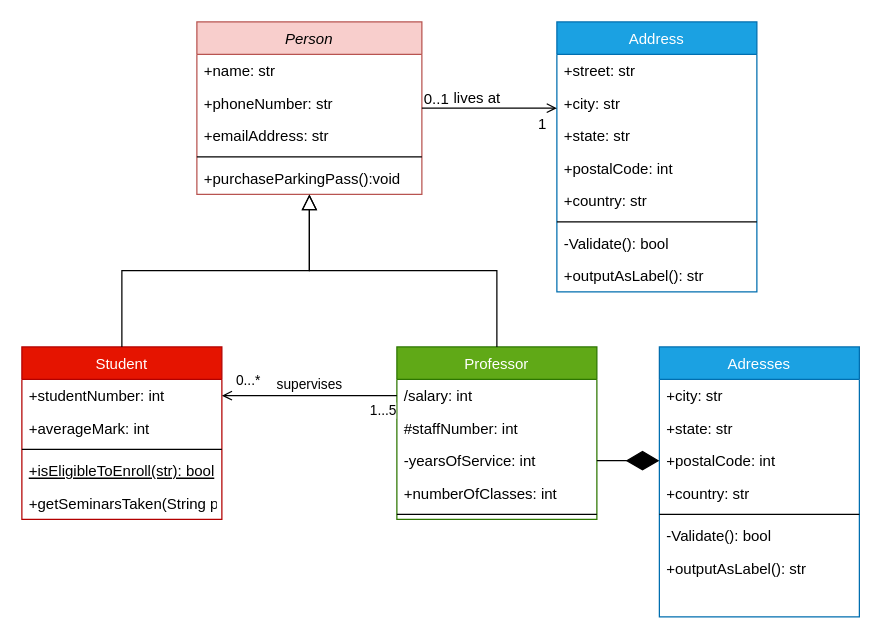
Before: 0ld/data/class-diagram-example.drawio in PiedPiperJr/uml2code, a draw.io diagram. Source tidied: cells renumbered, new cells numbered last; positions are measured from the earlier drawing's top-left corner, leaving out a move shared by most shapes. Both pictures are drawn from the tidied source at 125%, with x=0, y=0 at pixel (21, 21).
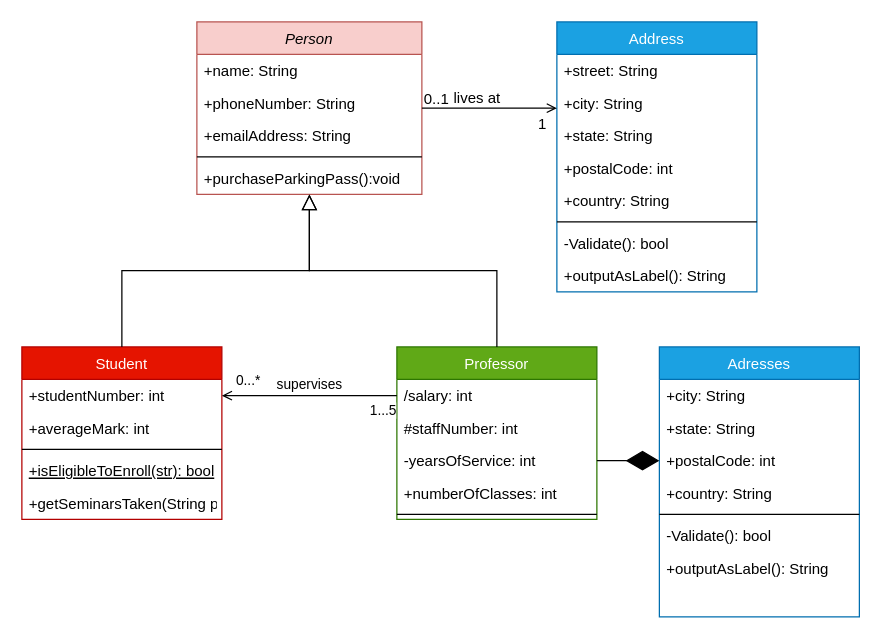
The same diagram, later.

Unchanged cells that the change refers to:
```xml
<mxCell id="2" value="Person" style="swimlane;fontStyle=2;align=center;verticalAlign=top;horizontal=1;startSize=26;rounded=0;shadow=0;strokeWidth=1;fillColor=#f8cecc;strokeColor=#b85450;" parent="1" vertex="1">
  <mxGeometry x="140" width="180" height="138" as="geometry" />
</mxCell>
<mxCell id="22" value="Address" style="swimlane;fontStyle=0;align=center;verticalAlign=top;horizontal=1;startSize=26;rounded=0;shadow=0;strokeWidth=1;fillColor=#1ba1e2;strokeColor=#006EAF;fontColor=#ffffff;" parent="1" vertex="1">
  <mxGeometry x="428" width="160" height="216" as="geometry" />
</mxCell>
<mxCell id="38" value="Adresses" style="swimlane;fontStyle=0;align=center;verticalAlign=top;horizontal=1;startSize=26;rounded=0;shadow=0;strokeWidth=1;fillColor=#1ba1e2;strokeColor=#006EAF;fontColor=#ffffff;" parent="1" vertex="1">
  <mxGeometry x="510" y="260" width="160" height="216" as="geometry" />
</mxCell>
```

Diff of the diagram source:
```diff
@@
-    <mxCell id="3" value="+name: str" style="text;align=left;verticalAlign=top;spacingLeft=4;spacingRight=4;overflow=hidden;" parent="2" vertex="1">
+    <mxCell id="3" value="+name: String" style="text;align=left;verticalAlign=top;spacingLeft=4;spacingRight=4;overflow=hidden;" parent="2" vertex="1">
       <mxGeometry y="26" width="180" height="26" as="geometry" />
     </mxCell>
-    <mxCell id="4" value="+phoneNumber: str" style="text;align=left;verticalAlign=top;spacingLeft=4;spacingRight=4;overflow=hidden;rounded=0;shadow=0;html=0;" parent="2" vertex="1">
+    <mxCell id="4" value="+phoneNumber: String" style="text;align=left;verticalAlign=top;spacingLeft=4;spacingRight=4;overflow=hidden;rounded=0;shadow=0;html=0;" parent="2" vertex="1">
       <mxGeometry y="52" width="180" height="26" as="geometry" />
     </mxCell>
-    <mxCell id="5" value="+emailAddress: str" style="text;align=left;verticalAlign=top;spacingLeft=4;spacingRight=4;overflow=hidden;rounded=0;shadow=0;html=0;" parent="2" vertex="1">
+    <mxCell id="5" value="+emailAddress: String" style="text;align=left;verticalAlign=top;spacingLeft=4;spacingRight=4;overflow=hidden;rounded=0;shadow=0;html=0;" parent="2" vertex="1">
       <mxGeometry y="78" width="180" height="26" as="geometry" />
     </mxCell>
@@
-    <mxCell id="23" value="+street: str" style="text;align=left;verticalAlign=top;spacingLeft=4;spacingRight=4;overflow=hidden;" parent="22" vertex="1">
+    <mxCell id="23" value="+street: String" style="text;align=left;verticalAlign=top;spacingLeft=4;spacingRight=4;overflow=hidden;" parent="22" vertex="1">
       <mxGeometry y="26" width="160" height="26" as="geometry" />
     </mxCell>
-    <mxCell id="24" value="+city: str" style="text;align=left;verticalAlign=top;spacingLeft=4;spacingRight=4;overflow=hidden;rounded=0;shadow=0;html=0;" parent="22" vertex="1">
+    <mxCell id="24" value="+city: String" style="text;align=left;verticalAlign=top;spacingLeft=4;spacingRight=4;overflow=hidden;rounded=0;shadow=0;html=0;" parent="22" vertex="1">
       <mxGeometry y="52" width="160" height="26" as="geometry" />
     </mxCell>
-    <mxCell id="25" value="+state: str" style="text;align=left;verticalAlign=top;spacingLeft=4;spacingRight=4;overflow=hidden;rounded=0;shadow=0;html=0;" parent="22" vertex="1">
+    <mxCell id="25" value="+state: String" style="text;align=left;verticalAlign=top;spacingLeft=4;spacingRight=4;overflow=hidden;rounded=0;shadow=0;html=0;" parent="22" vertex="1">
       <mxGeometry y="78" width="160" height="26" as="geometry" />
     </mxCell>
@@
-    <mxCell id="27" value="+country: str" style="text;align=left;verticalAlign=top;spacingLeft=4;spacingRight=4;overflow=hidden;rounded=0;shadow=0;html=0;" parent="22" vertex="1">
+    <mxCell id="27" value="+country: String" style="text;align=left;verticalAlign=top;spacingLeft=4;spacingRight=4;overflow=hidden;rounded=0;shadow=0;html=0;" parent="22" vertex="1">
       <mxGeometry y="130" width="160" height="26" as="geometry" />
     </mxCell>
@@
-    <mxCell id="30" value="+outputAsLabel(): str" style="text;align=left;verticalAlign=top;spacingLeft=4;spacingRight=4;overflow=hidden;" parent="22" vertex="1">
+    <mxCell id="30" value="+outputAsLabel(): String" style="text;align=left;verticalAlign=top;spacingLeft=4;spacingRight=4;overflow=hidden;" parent="22" vertex="1">
       <mxGeometry y="190" width="160" height="26" as="geometry" />
     </mxCell>
@@
-    <mxCell id="39" value="+city: str" style="text;align=left;verticalAlign=top;spacingLeft=4;spacingRight=4;overflow=hidden;rounded=0;shadow=0;html=0;" parent="38" vertex="1">
+    <mxCell id="39" value="+city: String" style="text;align=left;verticalAlign=top;spacingLeft=4;spacingRight=4;overflow=hidden;rounded=0;shadow=0;html=0;" parent="38" vertex="1">
       <mxGeometry y="26" width="160" height="26" as="geometry" />
     </mxCell>
-    <mxCell id="40" value="+state: str" style="text;align=left;verticalAlign=top;spacingLeft=4;spacingRight=4;overflow=hidden;rounded=0;shadow=0;html=0;" parent="38" vertex="1">
+    <mxCell id="40" value="+state: String" style="text;align=left;verticalAlign=top;spacingLeft=4;spacingRight=4;overflow=hidden;rounded=0;shadow=0;html=0;" parent="38" vertex="1">
       <mxGeometry y="52" width="160" height="26" as="geometry" />
     </mxCell>
@@
-    <mxCell id="42" value="+country: str" style="text;align=left;verticalAlign=top;spacingLeft=4;spacingRight=4;overflow=hidden;rounded=0;shadow=0;html=0;" parent="38" vertex="1">
+    <mxCell id="42" value="+country: String" style="text;align=left;verticalAlign=top;spacingLeft=4;spacingRight=4;overflow=hidden;rounded=0;shadow=0;html=0;" parent="38" vertex="1">
       <mxGeometry y="104" width="160" height="26" as="geometry" />
     </mxCell>
@@
-    <mxCell id="45" value="+outputAsLabel(): str" style="text;align=left;verticalAlign=top;spacingLeft=4;spacingRight=4;overflow=hidden;" parent="38" vertex="1">
+    <mxCell id="45" value="+outputAsLabel(): String" style="text;align=left;verticalAlign=top;spacingLeft=4;spacingRight=4;overflow=hidden;" parent="38" vertex="1">
       <mxGeometry y="164" width="160" height="26" as="geometry" />
     </mxCell>
```
